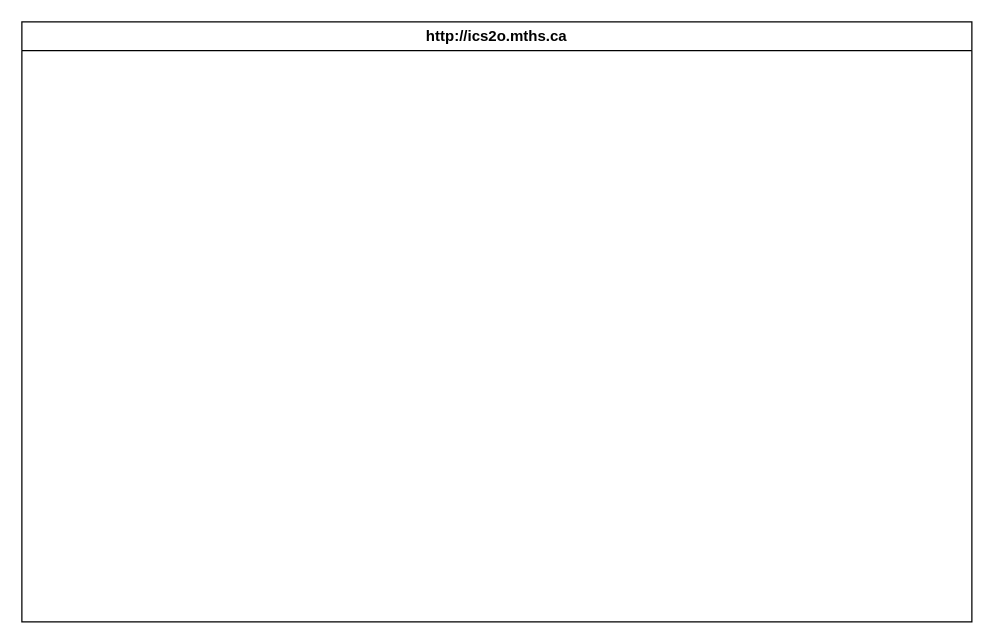
Earlier version of the draw.io diagram design/storyboard.drawio (MTHS-ICD2O-1-2023/ICD2O-Unit-5-01-hai-tran-2). Source tidied: cells renumbered, new cells numbered last; positions are measured from the earlier drawing's top-left corner, leaving out a move shared by most shapes. Both pictures are drawn from the tidied source at 125%, with x=0, y=0 at pixel (21, 21).
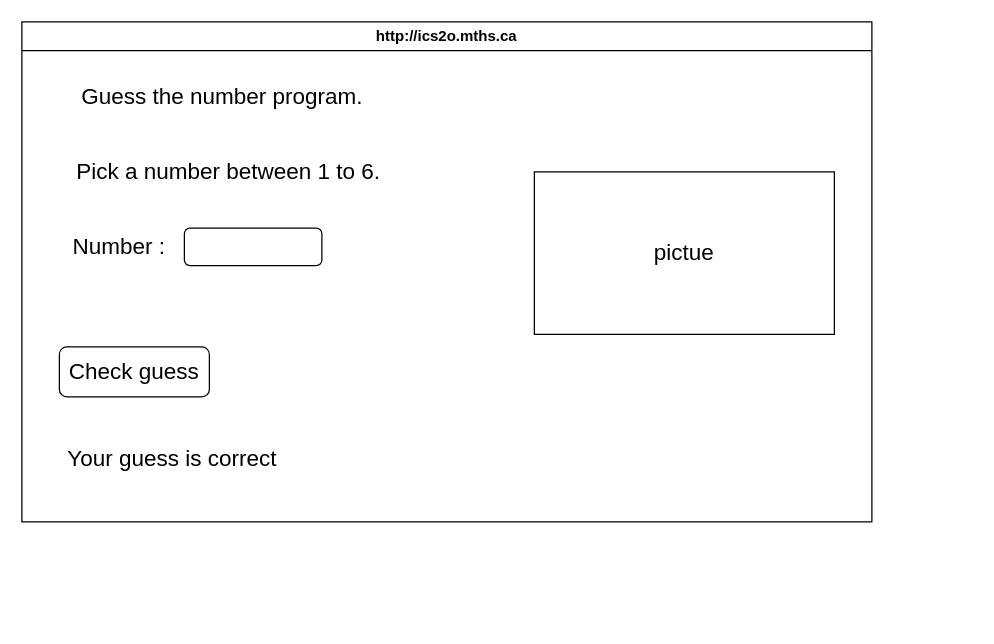
The same page after the edit.

What changed in the source:
```diff
@@
 <mxGraphModel>
   <root>
     <mxCell id="0" />
     <mxCell id="1" parent="0" />
     <mxCell id="2" value="http://ics2o.mths.ca" style="swimlane;whiteSpace=wrap;html=1;" parent="1" vertex="1">
-      <mxGeometry width="760" height="480" as="geometry" />
+      <mxGeometry width="680" height="400" as="geometry" />
     </mxCell>
+    <mxCell id="3" value="&lt;font style=&quot;font-size: 18px;&quot;&gt;Guess the number program.&lt;/font&gt;" style="text;html=1;align=center;verticalAlign=middle;strokeColor=none;fillColor=none;fontSize=18;" parent="2" vertex="1">
+      <mxGeometry x="35" y="40" width="250" height="40" as="geometry" />
+    </mxCell>
+    <mxCell id="4" value="Pick a number between 1 to 6." style="text;html=1;align=center;verticalAlign=middle;strokeColor=none;fillColor=none;fontSize=18;" parent="2" vertex="1">
+      <mxGeometry x="30" y="100" width="270" height="40" as="geometry" />
+    </mxCell>
+    <mxCell id="5" value="&lt;font style=&quot;font-size: 18px;&quot;&gt;Number :&amp;nbsp;&lt;/font&gt;" style="text;html=1;align=center;verticalAlign=middle;strokeColor=none;fillColor=none;fontSize=18;" parent="2" vertex="1">
+      <mxGeometry x="30" y="160" width="100" height="40" as="geometry" />
+    </mxCell>
+    <mxCell id="6" style="rounded=1;whiteSpace=wrap;html=1;fontSize=18;" parent="2" vertex="1">
+      <mxGeometry x="130" y="165" width="110" height="30" as="geometry" />
+    </mxCell>
+    <mxCell id="7" value="pictue" style="rounded=0;whiteSpace=wrap;html=1;fontSize=18;" parent="2" vertex="1">
+      <mxGeometry x="410" y="120" width="240" height="130" as="geometry" />
+    </mxCell>
+    <mxCell id="8" value="Check guess" style="rounded=1;whiteSpace=wrap;html=1;fontSize=18;" parent="2" vertex="1">
+      <mxGeometry x="30" y="260" width="120" height="40" as="geometry" />
+    </mxCell>
+    <mxCell id="9" value="Your guess is correct" style="text;html=1;align=center;verticalAlign=middle;strokeColor=none;fillColor=none;fontSize=18;" parent="2" vertex="1">
+      <mxGeometry x="25" y="330" width="190" height="40" as="geometry" />
+    </mxCell>
   </root>
 </mxGraphModel>
```
